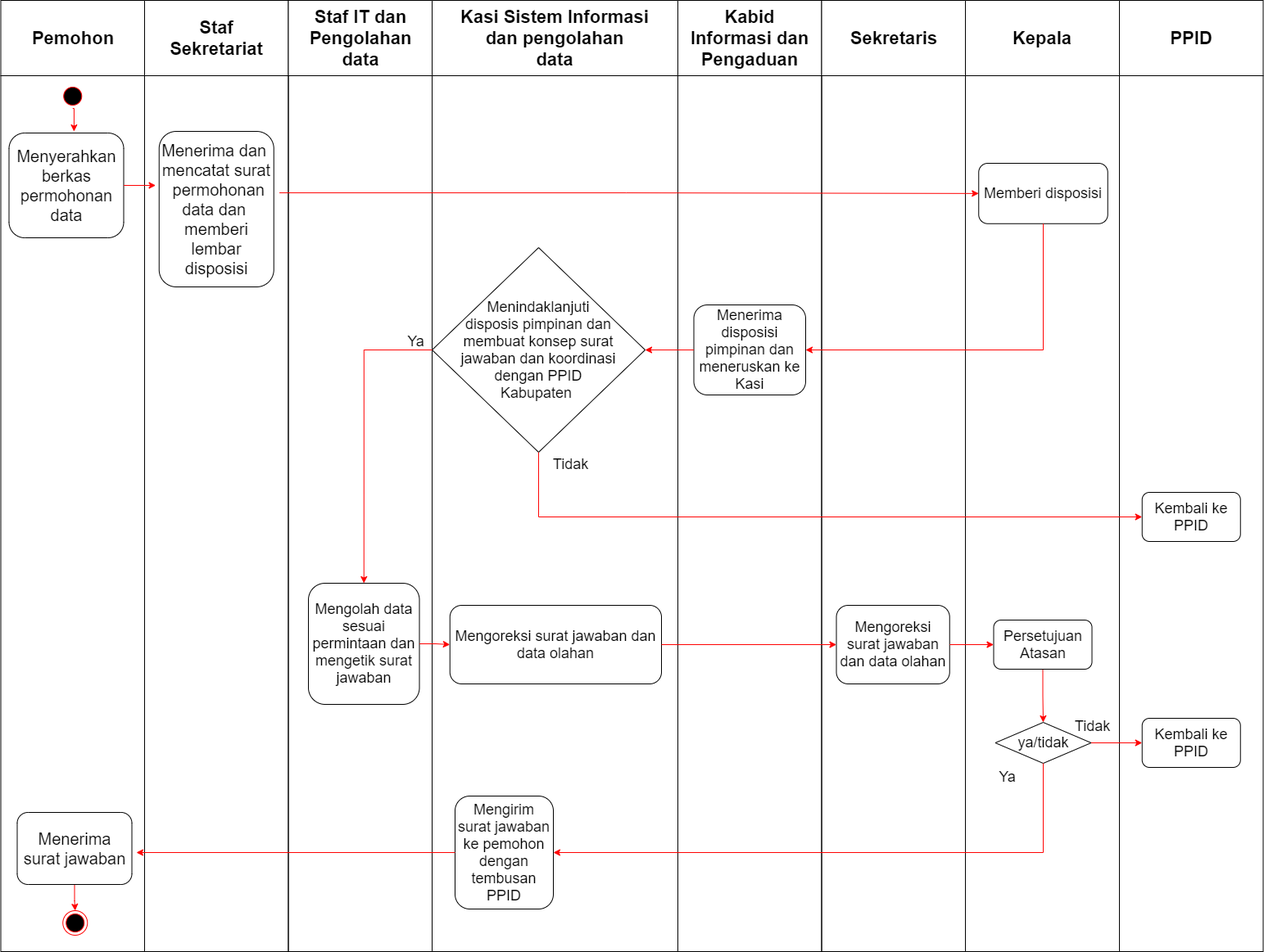
Before: folder/STANDAR OPERASIONAL PROSEDUR SISTIM INFORMASI DATA.png, a diagram exported from draw.io (ferifahrul7/diagram-magang). Source tidied: cells renumbered, new cells last; positions are measured from the earlier drawing's top-left corner, leaving out a move shared by most shapes.
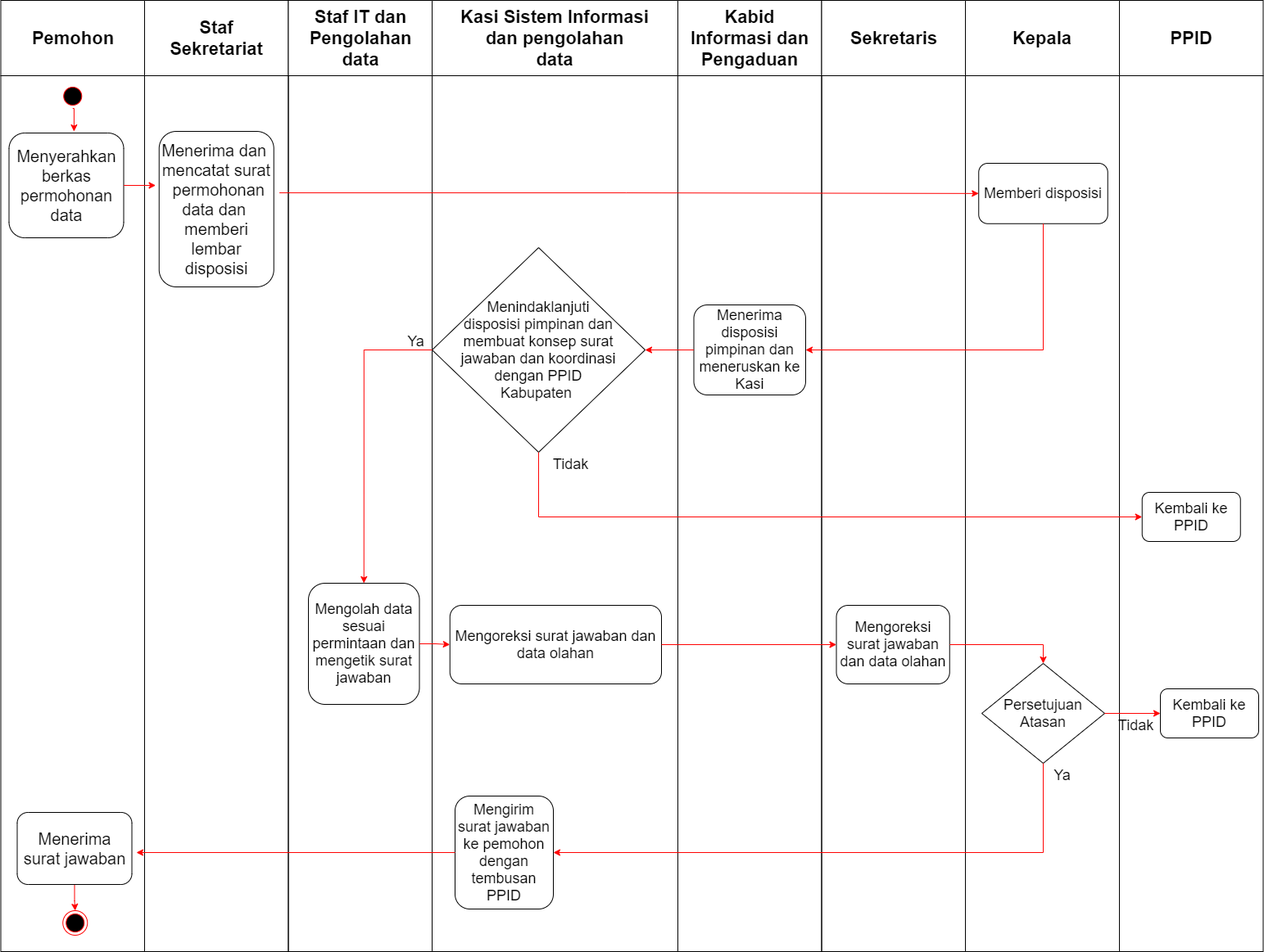
After the change.

The edit, as a diff of the source:
```diff
@@ -41,7 +41,7 @@
     <mxCell id="14" value="Kasi Sistem Informasi&#10;dan pengolahan&#10;data" style="swimlane;whiteSpace=wrap;startSize=92;fontSize=22;" parent="1" vertex="1">
       <mxGeometry x="527" width="300" height="1162" as="geometry" />
     </mxCell>
-    <mxCell id="15" value="Menindaklanjuti&lt;br&gt;disposis pimpinan dan&lt;br&gt;membuat konsep surat&lt;br&gt;jawaban dan koordinasi&lt;br&gt;dengan PPID&lt;br&gt;Kabupaten&amp;nbsp;" style="rhombus;whiteSpace=wrap;html=1;fontSize=18;fontColor=#000000;" parent="14" vertex="1">
+    <mxCell id="15" value="Menindaklanjuti&lt;br&gt;disposisi pimpinan dan&lt;br&gt;membuat konsep surat&lt;br&gt;jawaban dan koordinasi&lt;br&gt;dengan PPID&lt;br&gt;Kabupaten&amp;nbsp;" style="rhombus;whiteSpace=wrap;html=1;fontSize=18;fontColor=#000000;" parent="14" vertex="1">
       <mxGeometry y="302" width="260" height="250" as="geometry" />
     </mxCell>
     <mxCell id="16" value="&#10;&#10;Mengoreksi surat jawaban dan data olahan &#10;&#10;" style="rounded=1;whiteSpace=wrap;html=1;fontSize=18;fontColor=#000000;" parent="14" vertex="1">
@@ -71,18 +71,12 @@
     <mxCell id="24" value="&lt;font style=&quot;font-size: 18px&quot;&gt;Memberi disposisi&lt;/font&gt;" style="rounded=1;whiteSpace=wrap;html=1;fontFamily=Helvetica;fontSize=15;fontColor=#000000;align=center;strokeColor=#000000;fillColor=#ffffff;" parent="23" vertex="1">
       <mxGeometry x="16.2" y="199" width="157.5" height="73.8" as="geometry" />
     </mxCell>
-    <mxCell id="25" value="Tidak" style="text;html=1;align=center;verticalAlign=middle;fillColor=none;strokeColor=none;rounded=0;fontSize=18;fontColor=#000000;" parent="23" vertex="1">
-      <mxGeometry x="124.5" y="872" width="60" height="30" as="geometry" />
-    </mxCell>
-    <mxCell id="26" style="edgeStyle=orthogonalEdgeStyle;rounded=0;jettySize=auto;html=1;fontSize=18;fontColor=#000000;strokeColor=#FF0303;" parent="23" edge="1" source="27" target="28">
-      <mxGeometry relative="1" as="geometry" />
-    </mxCell>
-    <mxCell id="27" value="Persetujuan Atasan" style="rounded=1;whiteSpace=wrap;html=1;fontSize=18;fontColor=#000000;" parent="23" vertex="1">
-      <mxGeometry x="34.5" y="757" width="120" height="60" as="geometry" />
-    </mxCell>
-    <mxCell id="28" value="ya/tidak" style="rhombus;whiteSpace=wrap;html=1;fontSize=18;fontColor=#000000;" parent="23" vertex="1">
-      <mxGeometry x="36.5" y="882" width="117" height="50" as="geometry" />
+    <mxCell id="28" value="Persetujuan Atasan" style="rhombus;whiteSpace=wrap;html=1;fontSize=18;fontColor=#000000;" parent="23" vertex="1">
+      <mxGeometry x="20" y="810" width="150" height="122" as="geometry" />
     </mxCell>
+    <mxCell id="43" value="Ya" style="text;html=1;align=center;verticalAlign=middle;fillColor=none;strokeColor=none;rounded=0;fontSize=18;fontColor=#000000;" parent="23" vertex="1">
+      <mxGeometry x="98" y="932" width="40" height="30" as="geometry" />
+    </mxCell>
     <mxCell id="29" value="PPID" style="swimlane;whiteSpace=wrap;startSize=92;fontSize=22;" parent="1" vertex="1">
       <mxGeometry x="1366" width="175.5" height="1162" as="geometry" />
     </mxCell>
@@ -90,8 +84,11 @@
       <mxGeometry x="27.8" y="601" width="120" height="60" as="geometry" />
     </mxCell>
     <mxCell id="31" value="Kembali ke PPID" style="rounded=1;whiteSpace=wrap;html=1;fontSize=18;fontColor=#000000;" parent="29" vertex="1">
-      <mxGeometry x="27.8" y="877" width="120" height="60" as="geometry" />
+      <mxGeometry x="50" y="841" width="120" height="60" as="geometry" />
     </mxCell>
+    <mxCell id="25" value="Tidak" style="text;html=1;align=center;verticalAlign=middle;fillColor=none;strokeColor=none;rounded=0;fontSize=18;fontColor=#000000;" parent="29" vertex="1">
+      <mxGeometry x="-10" y="871" width="60" height="30" as="geometry" />
+    </mxCell>
     <mxCell id="32" style="edgeStyle=orthogonalEdgeStyle;rounded=0;jettySize=auto;html=1;exitX=1;exitY=0.5;exitDx=0;exitDy=0;entryX=-0.03;entryY=0.345;entryDx=0;entryDy=0;entryPerimeter=0;fontSize=15;fontColor=#000000;strokeColor=#FF0303;" parent="1" edge="1" source="5" target="10">
       <mxGeometry relative="1" as="geometry" />
     </mxCell>
@@ -120,7 +117,7 @@
     <mxCell id="39" style="edgeStyle=orthogonalEdgeStyle;rounded=0;jettySize=auto;html=1;fontSize=18;fontColor=#000000;strokeColor=#FF0303;" parent="1" edge="1" source="16" target="22">
       <mxGeometry relative="1" as="geometry" />
     </mxCell>
-    <mxCell id="40" style="edgeStyle=orthogonalEdgeStyle;rounded=0;jettySize=auto;html=1;fontSize=18;fontColor=#000000;strokeColor=#FF0303;" parent="1" edge="1" source="22" target="27">
+    <mxCell id="40" style="edgeStyle=orthogonalEdgeStyle;rounded=0;jettySize=auto;html=1;fontSize=18;fontColor=#000000;strokeColor=#FF0303;entryX=0.5;entryY=0;entryDx=0;entryDy=0;" parent="1" edge="1" source="22" target="28">
       <mxGeometry relative="1" as="geometry" />
     </mxCell>
     <mxCell id="41" style="edgeStyle=orthogonalEdgeStyle;rounded=0;jettySize=auto;html=1;entryX=0;entryY=0.5;entryDx=0;entryDy=0;fontSize=18;fontColor=#000000;strokeColor=#FF0303;" parent="1" edge="1" source="28" target="31">
@@ -129,9 +126,6 @@
     <mxCell id="42" style="edgeStyle=orthogonalEdgeStyle;rounded=0;jettySize=auto;html=1;exitX=0.5;exitY=1;exitDx=0;exitDy=0;entryX=1;entryY=0.5;entryDx=0;entryDy=0;fontSize=18;fontColor=#000000;strokeColor=#FF0303;" parent="1" edge="1" source="28" target="17">
       <mxGeometry relative="1" as="geometry" />
     </mxCell>
-    <mxCell id="43" value="Ya" style="text;html=1;align=center;verticalAlign=middle;fillColor=none;strokeColor=none;rounded=0;fontSize=18;fontColor=#000000;" parent="1" vertex="1">
-      <mxGeometry x="1209" y="934" width="40" height="30" as="geometry" />
-    </mxCell>
     <mxCell id="44" style="edgeStyle=orthogonalEdgeStyle;rounded=0;jettySize=auto;html=1;fontSize=18;fontColor=#000000;strokeColor=#FF0303;" parent="1" edge="1" source="17">
       <mxGeometry relative="1" as="geometry">
         <mxPoint x="166" y="1041" as="targetPoint" />
```
